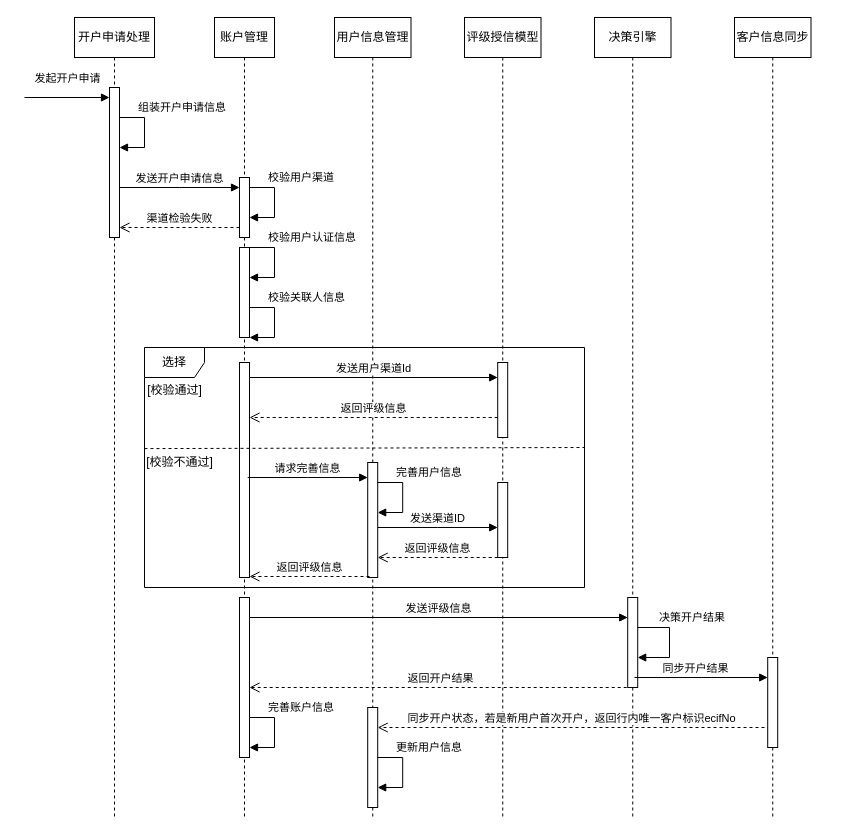
wuxiao-web/graduationThesis keeps this draw.io diagram as 开户时序图.drawio. Above is the earlier version. Source tidied: cells renumbered, new cells numbered last; positions are measured from the earlier drawing's top-left corner, leaving out a move shared by most shapes. Both pictures are drawn from the tidied source at 100%, with x=0, y=0 at pixel (24, 17).
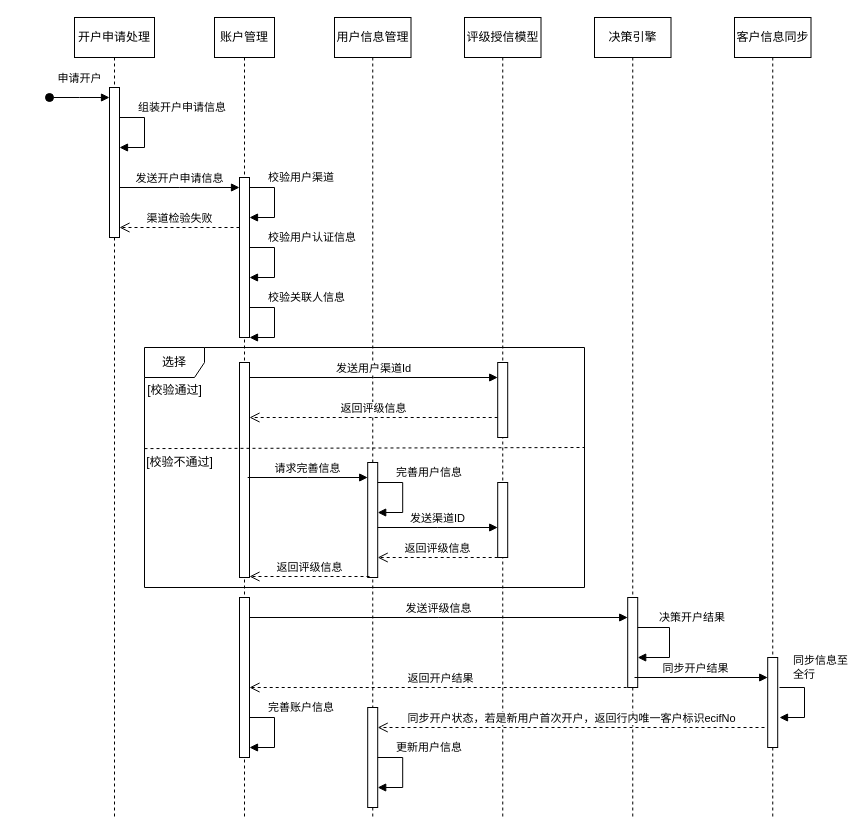
Above is the later version.

Commit message (it also covers changes not shown here):
更新开户时序图.drawio

The change refers to these unchanged cells:
```xml
<mxCell id="3" style="html=1;points=[];perimeter=orthogonalPerimeter;outlineConnect=0;targetShapes=umlLifeline;portConstraint=eastwest;newEdgeStyle={&quot;edgeStyle&quot;:&quot;elbowEdgeStyle&quot;,&quot;elbow&quot;:&quot;vertical&quot;,&quot;curved&quot;:0,&quot;rounded&quot;:0};" parent="2" vertex="1">
  <mxGeometry x="35" y="70" width="10" height="150" as="geometry" />
</mxCell>
<mxCell id="5" value="账户管理" style="shape=umlLifeline;perimeter=lifelinePerimeter;whiteSpace=wrap;html=1;newEdgeStyle={&quot;edgeStyle&quot;:&quot;elbowEdgeStyle&quot;,&quot;elbow&quot;:&quot;vertical&quot;,&quot;curved&quot;:0,&quot;rounded&quot;:0};" parent="1" vertex="1">
  <mxGeometry x="190" width="60" height="800" as="geometry" />
</mxCell>
```

Diff of the diagram source:
```diff
@@
     <mxCell id="6" style="html=1;perimeter=orthogonalPerimeter;targetShapes=umlLifeline;newEdgeStyle={&quot;edgeStyle&quot;:&quot;elbowEdgeStyle&quot;,&quot;elbow&quot;:&quot;vertical&quot;,&quot;curved&quot;:0,&quot;rounded&quot;:0};" parent="5" vertex="1">
-      <mxGeometry x="25" y="230" width="10" height="90" as="geometry" />
+      <mxGeometry x="25" y="160" width="10" height="160" as="geometry" />
     </mxCell>
-    <mxCell id="7" style="html=1;points=[];perimeter=orthogonalPerimeter;outlineConnect=0;targetShapes=umlLifeline;portConstraint=eastwest;newEdgeStyle={&quot;edgeStyle&quot;:&quot;elbowEdgeStyle&quot;,&quot;elbow&quot;:&quot;vertical&quot;,&quot;curved&quot;:0,&quot;rounded&quot;:0};" parent="5" vertex="1">
-      <mxGeometry x="25" y="160" width="10" height="60" as="geometry" />
-    </mxCell>
@@
-    <mxCell id="17" value="发起开户申请" style="html=1;verticalAlign=bottom;endArrow=block;edgeStyle=elbowEdgeStyle;elbow=vertical;curved=0;rounded=0;" parent="1" edge="1" target="3">
-      <mxGeometry y="10" relative="1" as="geometry">
-        <mxPoint y="80" as="sourcePoint" />
-      </mxGeometry>
-    </mxCell>
@@
-    <mxCell id="27" value="渠道检验失败" style="html=1;verticalAlign=bottom;endArrow=open;dashed=1;endSize=8;edgeStyle=elbowEdgeStyle;elbow=vertical;curved=0;rounded=0;" parent="1" edge="1" source="7">
+    <mxCell id="27" value="渠道检验失败" style="html=1;verticalAlign=bottom;endArrow=open;dashed=1;endSize=8;edgeStyle=elbowEdgeStyle;elbow=vertical;curved=0;rounded=0;" parent="1" edge="1">
       <mxGeometry relative="1" as="geometry">
+        <mxPoint x="215" y="210" as="sourcePoint" />
         <mxPoint x="95" y="210" as="targetPoint" />
       </mxGeometry>
     </mxCell>
@@
+    <mxCell id="44" value="同步信息至&lt;br&gt;全行" style="html=1;align=left;spacingLeft=2;endArrow=block;rounded=0;edgeStyle=orthogonalEdgeStyle;curved=0;rounded=0;" parent="1" edge="1">
+      <mxGeometry x="-0.75" y="20" relative="1" as="geometry">
+        <mxPoint x="755" y="670" as="sourcePoint" />
+        <mxPoint x="755" y="700" as="targetPoint" />
+        <Array as="points">
+          <mxPoint x="780" y="670" />
+          <mxPoint x="780" y="700" />
+        </Array>
+      </mxGeometry>
+    </mxCell>
+    <mxCell id="45" value="申请开户" style="html=1;verticalAlign=bottom;startArrow=oval;startFill=1;endArrow=block;startSize=8;edgeStyle=elbowEdgeStyle;elbow=vertical;curved=0;rounded=0;" parent="1" edge="1">
+      <mxGeometry y="10" relative="1" as="geometry">
+        <mxPoint x="25" y="80" as="sourcePoint" />
+        <mxPoint x="85" y="80" as="targetPoint" />
+      </mxGeometry>
+    </mxCell>
```
